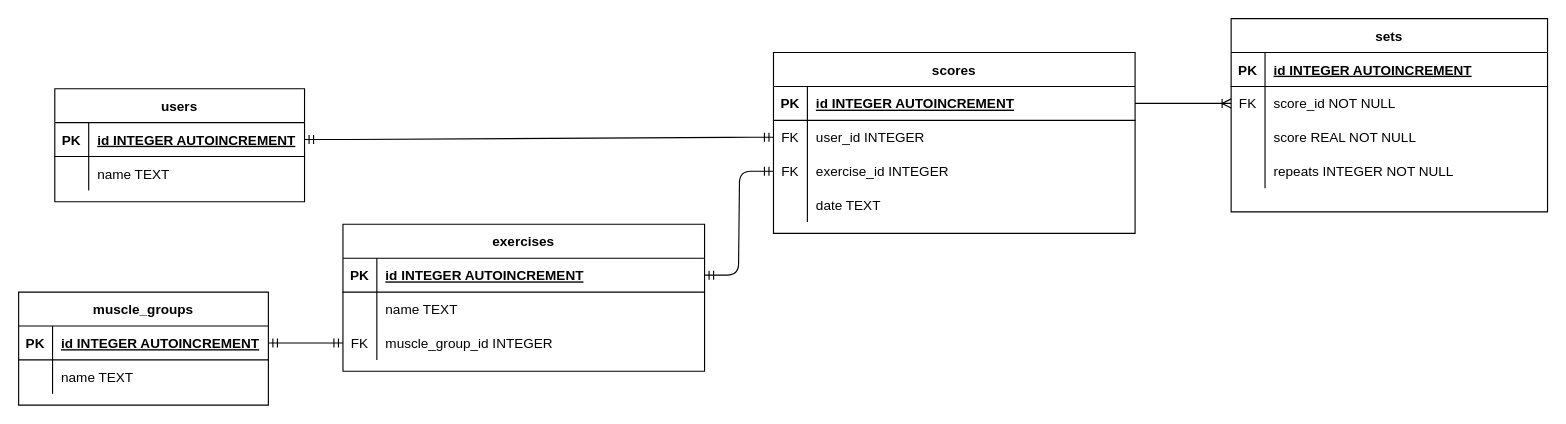
Earlier version of the draw.io diagram docs/diagrams/GymTrackerDB.drawio (kacpercwiklinski/Gym-scores-tracker). Source tidied: cells renumbered, new cells numbered last; positions are measured from the earlier drawing's top-left corner, leaving out a move shared by most shapes. Both pictures are drawn from the tidied source at 113%, with x=0, y=0 at pixel (18, 18).
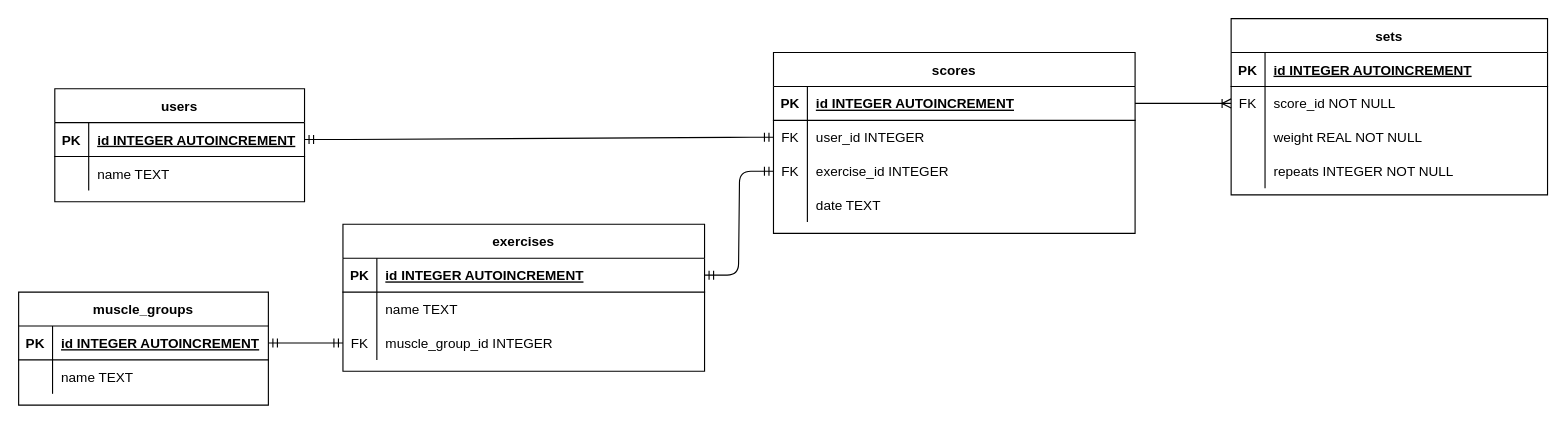
The same page after the edit.

The change refers to these unchanged cells:
```xml
<mxCell id="50" style="shape=partialRectangle;fillColor=none;top=0;left=0;bottom=0;right=0;" parent="43" vertex="1">
  <mxGeometry y="90" width="280" height="30" as="geometry" />
</mxCell>
```

What changed in the source:
```diff
@@
     <mxCell id="43" value="sets" style="shape=table;startSize=30;childLayout=tableLayout;rowLines=0;fontStyle=1;align=center;" parent="1" vertex="1">
-      <mxGeometry x="1073" width="280" height="171" as="geometry" />
+      <mxGeometry x="1073" width="280" height="156" as="geometry" />
     </mxCell>
@@
-    <mxCell id="52" value="score REAL NOT NULL" style="shape=partialRectangle;fillColor=none;top=0;left=0;bottom=0;right=0;align=left;spacingLeft=6;overflow=hidden;" parent="50" vertex="1">
+    <mxCell id="52" value="weight REAL NOT NULL" style="shape=partialRectangle;fillColor=none;top=0;left=0;bottom=0;right=0;align=left;spacingLeft=6;overflow=hidden;" parent="50" vertex="1">
       <mxGeometry x="30" width="250" height="30" as="geometry" />
     </mxCell>
```
